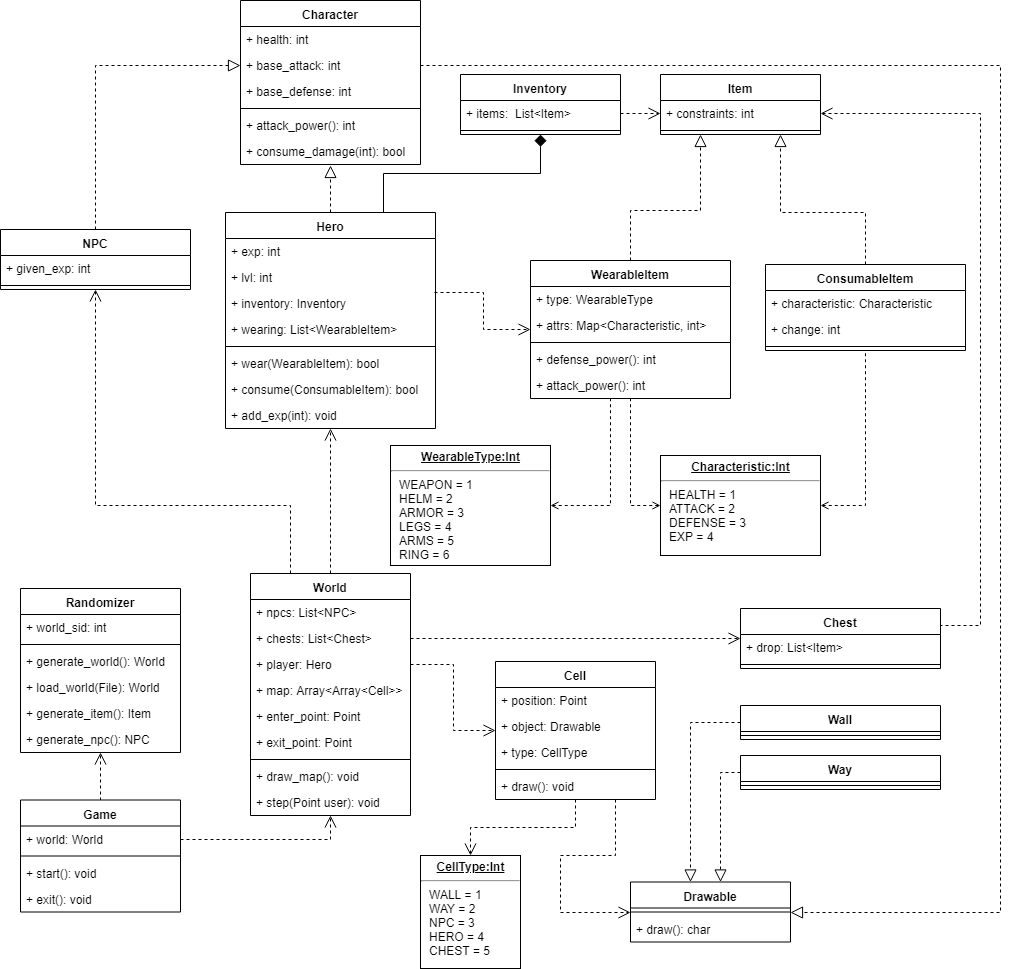
Fatalll/Software_Design keeps this draw.io diagram as desdoc/class.png. Above is the earlier version. Source tidied: cells renumbered, new cells last; positions are measured from the earlier drawing's top-left corner, leaving out a move shared by most shapes.
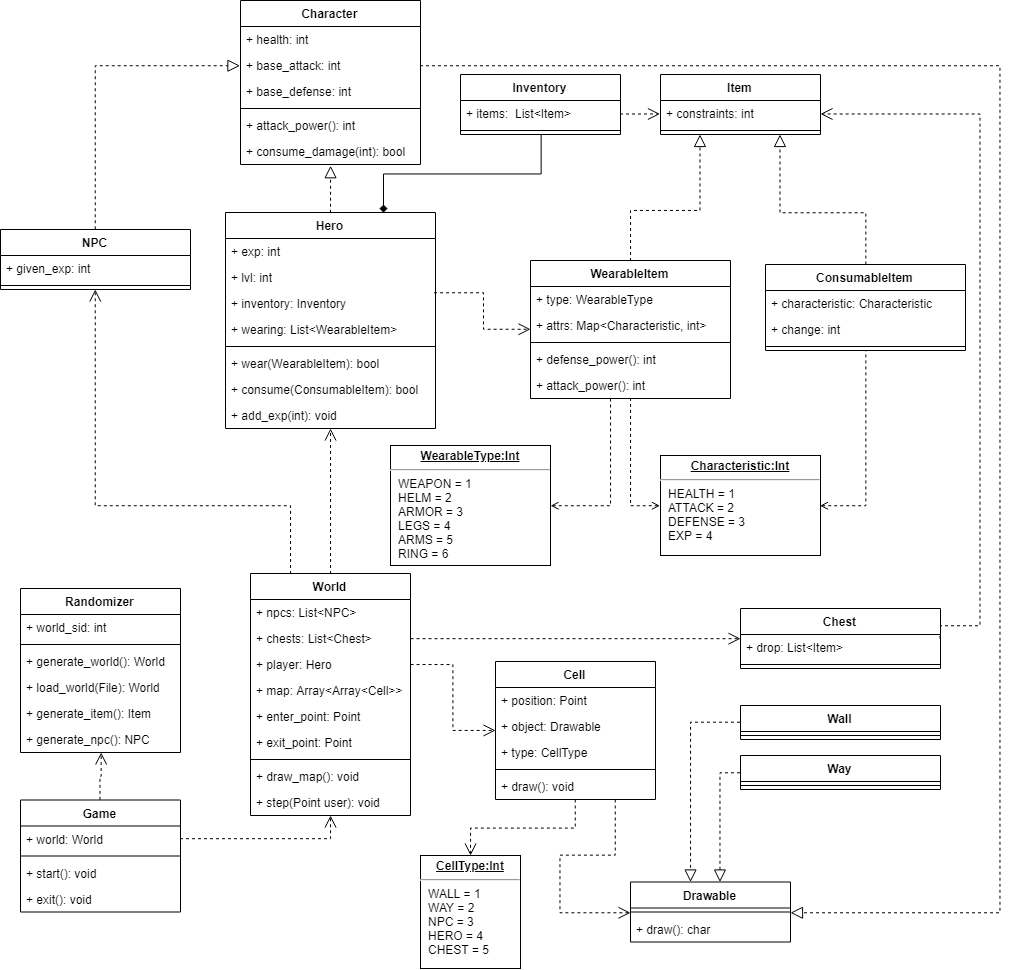
After the commit.

Diff of the diagram source:
```diff
@@ -3,9 +3,14 @@
     <mxCell id="0" />
     <mxCell id="1" parent="0" />
     <mxCell id="2" style="edgeStyle=orthogonalEdgeStyle;rounded=0;jettySize=auto;html=1;exitX=0.5;exitY=0;exitDx=0;exitDy=0;entryX=0.5;entryY=1.038;entryDx=0;entryDy=0;entryPerimeter=0;endArrow=block;endFill=0;endSize=10;dashed=1;" parent="1" edge="1" source="5" target="41">
-      <mxGeometry relative="1" as="geometry" />
+      <mxGeometry relative="1" as="geometry">
+        <Array as="points">
+          <mxPoint x="330" y="188" />
+          <mxPoint x="330" y="188" />
+        </Array>
+      </mxGeometry>
     </mxCell>
-    <mxCell id="3" style="edgeStyle=orthogonalEdgeStyle;rounded=0;jettySize=auto;html=1;exitX=0.75;exitY=0;exitDx=0;exitDy=0;endArrow=diamond;endFill=1;endSize=10;" parent="1" edge="1" source="5" target="14">
+    <mxCell id="3" style="edgeStyle=orthogonalEdgeStyle;rounded=0;jettySize=auto;html=1;exitX=0.75;exitY=0;exitDx=0;exitDy=0;endArrow=none;endFill=0;endSize=10;startArrow=diamond;startFill=1;" parent="1" edge="1" source="5" target="14">
       <mxGeometry relative="1" as="geometry" />
     </mxCell>
     <mxCell id="4" style="edgeStyle=orthogonalEdgeStyle;rounded=0;jettySize=auto;html=1;exitX=0.994;exitY=0.077;exitDx=0;exitDy=0;dashed=1;endArrow=open;endFill=0;endSize=10;exitPerimeter=0;" parent="1" edge="1" source="8" target="26">
```
